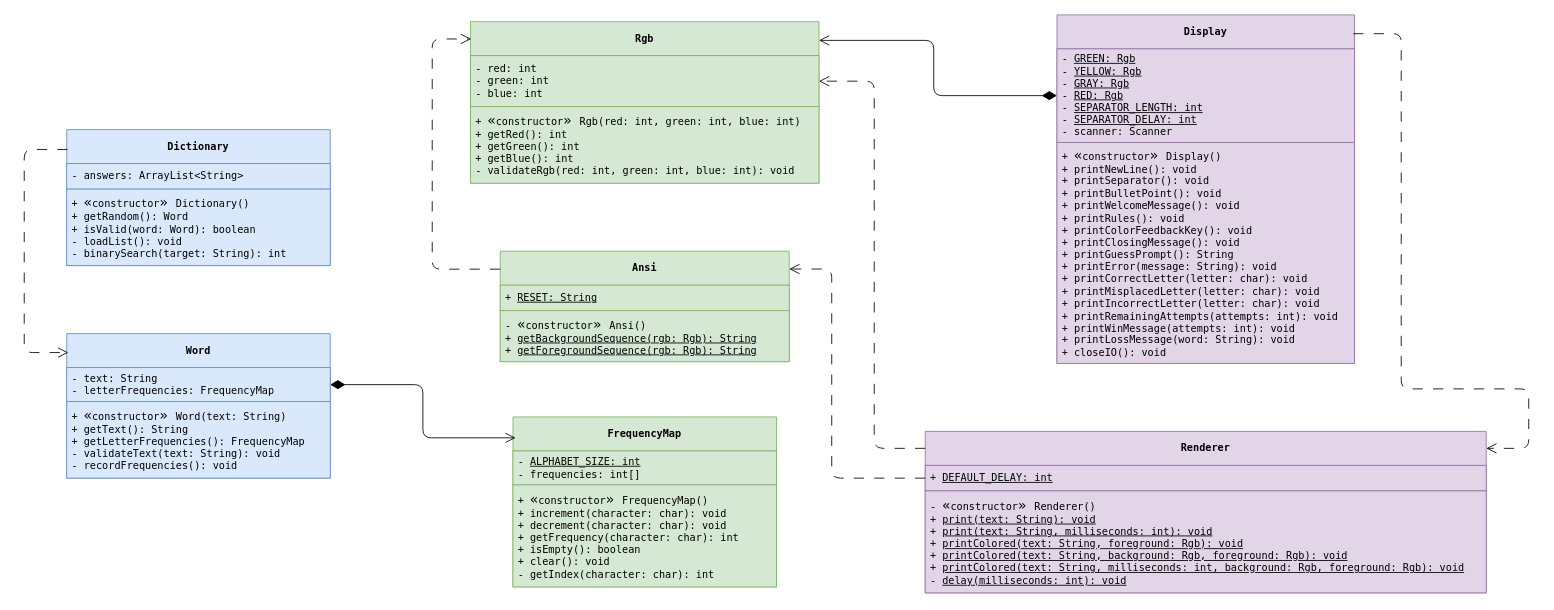
actuallyhollow/basic-wordle-java keeps this draw.io diagram as assets/class-diagram.drawio. Above is the earlier version. Source tidied: cells renumbered, new cells numbered last; positions are measured from the earlier drawing's top-left corner, leaving out a move shared by most shapes. Both pictures are drawn from the tidied source at 85%, with x=0, y=0 at pixel (24, 14).
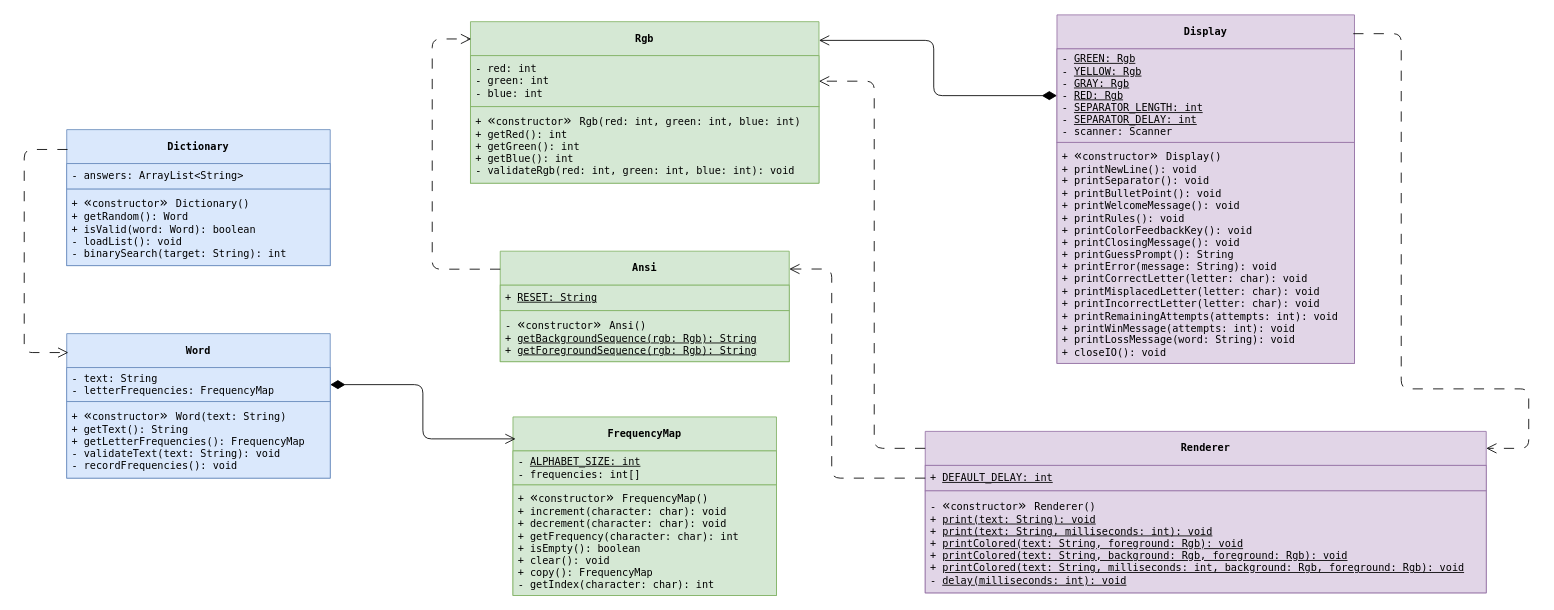
Above is the later version.

Commit message (it also covers changes not shown here):
docs(assets): update UML and README status

* update UML class diagram assets to reflect FrequencyMap's copy().
* revise README to reflect the preparation for Controller transition.

The edit, as a diff of the source:
```diff
@@
     <mxCell id="2" value="&lt;div&gt;&lt;span style=&quot;background-color: transparent;&quot;&gt;&lt;font style=&quot;&quot; face=&quot;Menlo, Monaco, 'Courier New', monospace&quot;&gt;FrequencyMap&lt;/font&gt;&lt;/span&gt;&lt;/div&gt;" style="swimlane;fontStyle=1;align=center;verticalAlign=middle;horizontal=1;startSize=40;whiteSpace=wrap;html=1;fillColor=#d5e8d4;strokeColor=#82b366;fontColor=light-dark(#000000,#FFFFFF);" parent="1" vertex="1">
-      <mxGeometry x="575" y="473" width="310" height="200" as="geometry" />
+      <mxGeometry x="575" y="473" width="310" height="210" as="geometry" />
     </mxCell>
@@
-    <mxCell id="4" value="&lt;div&gt;+&amp;nbsp;&lt;span style=&quot;background-color: transparent; scrollbar-color: rgb(75, 75, 75) rgb(27, 29, 30); font-size: medium; caret-color: rgb(0, 0, 0);&quot;&gt;«&lt;/span&gt;&lt;span style=&quot;background-color: transparent; scrollbar-color: rgb(75, 75, 75) rgb(27, 29, 30); text-align: center;&quot;&gt;constructor&lt;/span&gt;&lt;span style=&quot;background-color: transparent; scrollbar-color: rgb(75, 75, 75) rgb(27, 29, 30); font-size: medium; caret-color: rgb(0, 0, 0);&quot;&gt;&lt;font face=&quot;Menlo, Monaco, 'Courier New', monospace&quot;&gt;»&amp;nbsp;&lt;/font&gt;&lt;/span&gt;&lt;span style=&quot;background-color: transparent;&quot;&gt;FrequencyMap()&lt;/span&gt;&lt;/div&gt;&lt;div&gt;&lt;span style=&quot;background-color: transparent;&quot;&gt;+ increment(character: char): void&lt;/span&gt;&lt;/div&gt;&lt;div&gt;&lt;div style=&quot;scrollbar-color: rgb(75, 75, 75) rgb(27, 29, 30);&quot;&gt;&lt;span style=&quot;scrollbar-color: rgb(75, 75, 75) rgb(27, 29, 30); background-color: transparent;&quot;&gt;+ decrement(character: char): void&lt;/span&gt;&lt;/div&gt;&lt;div style=&quot;scrollbar-color: rgb(75, 75, 75) rgb(27, 29, 30);&quot;&gt;&lt;span style=&quot;scrollbar-color: rgb(75, 75, 75) rgb(27, 29, 30);&quot;&gt;&lt;/span&gt;&lt;/div&gt;&lt;/div&gt;&lt;div style=&quot;scrollbar-color: rgb(75, 75, 75) rgb(27, 29, 30);&quot;&gt;&lt;span style=&quot;scrollbar-color: rgb(75, 75, 75) rgb(27, 29, 30);&quot;&gt;&lt;div style=&quot;scrollbar-color: rgb(75, 75, 75) rgb(27, 29, 30);&quot;&gt;&lt;span style=&quot;background-color: transparent;&quot;&gt;+ getFrequency(&lt;/span&gt;&lt;span style=&quot;background-color: transparent;&quot;&gt;character: char&lt;/span&gt;&lt;span style=&quot;background-color: transparent;&quot;&gt;): int&lt;/span&gt;&lt;/div&gt;&lt;div style=&quot;scrollbar-color: rgb(75, 75, 75) rgb(27, 29, 30);&quot;&gt;&lt;span style=&quot;scrollbar-color: rgb(75, 75, 75) rgb(27, 29, 30);&quot;&gt;&lt;div style=&quot;scrollbar-color: rgb(75, 75, 75) rgb(27, 29, 30);&quot;&gt;&lt;/div&gt;&lt;/span&gt;&lt;/div&gt;&lt;div style=&quot;scrollbar-color: rgb(75, 75, 75) rgb(27, 29, 30);&quot;&gt;&lt;/div&gt;&lt;/span&gt;&lt;/div&gt;&lt;div&gt;&lt;span style=&quot;scrollbar-color: rgb(75, 75, 75) rgb(27, 29, 30);&quot;&gt;+ isEmpty(): boolean&lt;/span&gt;&lt;/div&gt;&lt;div&gt;&lt;span style=&quot;scrollbar-color: rgb(75, 75, 75) rgb(27, 29, 30);&quot;&gt;+ clear(): void&lt;/span&gt;&lt;/div&gt;&lt;div&gt;&lt;span style=&quot;scrollbar-color: rgb(75, 75, 75) rgb(27, 29, 30);&quot;&gt;- getIndex(&lt;/span&gt;&lt;span style=&quot;background-color: transparent;&quot;&gt;character: char): int&lt;/span&gt;&lt;/div&gt;" style="text;align=left;verticalAlign=middle;spacingLeft=4;spacingRight=4;overflow=hidden;whiteSpace=wrap;html=1;fontFamily=Menlo, Monaco, 'Courier New', monospace;fillColor=#d5e8d4;strokeColor=#82b366;" parent="2" vertex="1">
-      <mxGeometry y="80" width="310" height="120" as="geometry" />
+    <mxCell id="4" value="&lt;div&gt;+&amp;nbsp;&lt;span style=&quot;background-color: transparent; scrollbar-color: rgb(75, 75, 75) rgb(27, 29, 30); font-size: medium; caret-color: rgb(0, 0, 0);&quot;&gt;«&lt;/span&gt;&lt;span style=&quot;background-color: transparent; scrollbar-color: rgb(75, 75, 75) rgb(27, 29, 30); text-align: center;&quot;&gt;constructor&lt;/span&gt;&lt;span style=&quot;background-color: transparent; scrollbar-color: rgb(75, 75, 75) rgb(27, 29, 30); font-size: medium; caret-color: rgb(0, 0, 0);&quot;&gt;&lt;font face=&quot;Menlo, Monaco, 'Courier New', monospace&quot;&gt;»&amp;nbsp;&lt;/font&gt;&lt;/span&gt;&lt;span style=&quot;background-color: transparent;&quot;&gt;FrequencyMap()&lt;/span&gt;&lt;/div&gt;&lt;div&gt;&lt;span style=&quot;background-color: transparent;&quot;&gt;+ increment(character: char): void&lt;/span&gt;&lt;/div&gt;&lt;div&gt;&lt;div style=&quot;scrollbar-color: rgb(75, 75, 75) rgb(27, 29, 30);&quot;&gt;&lt;span style=&quot;scrollbar-color: rgb(75, 75, 75) rgb(27, 29, 30); background-color: transparent;&quot;&gt;+ decrement(character: char): void&lt;/span&gt;&lt;/div&gt;&lt;div style=&quot;scrollbar-color: rgb(75, 75, 75) rgb(27, 29, 30);&quot;&gt;&lt;span style=&quot;scrollbar-color: rgb(75, 75, 75) rgb(27, 29, 30);&quot;&gt;&lt;/span&gt;&lt;/div&gt;&lt;/div&gt;&lt;div style=&quot;scrollbar-color: rgb(75, 75, 75) rgb(27, 29, 30);&quot;&gt;&lt;span style=&quot;scrollbar-color: rgb(75, 75, 75) rgb(27, 29, 30);&quot;&gt;&lt;div style=&quot;scrollbar-color: rgb(75, 75, 75) rgb(27, 29, 30);&quot;&gt;&lt;span style=&quot;background-color: transparent;&quot;&gt;+ getFrequency(&lt;/span&gt;&lt;span style=&quot;background-color: transparent;&quot;&gt;character: char&lt;/span&gt;&lt;span style=&quot;background-color: transparent;&quot;&gt;): int&lt;/span&gt;&lt;/div&gt;&lt;div style=&quot;scrollbar-color: rgb(75, 75, 75) rgb(27, 29, 30);&quot;&gt;&lt;span style=&quot;scrollbar-color: rgb(75, 75, 75) rgb(27, 29, 30);&quot;&gt;&lt;div style=&quot;scrollbar-color: rgb(75, 75, 75) rgb(27, 29, 30);&quot;&gt;&lt;/div&gt;&lt;/span&gt;&lt;/div&gt;&lt;div style=&quot;scrollbar-color: rgb(75, 75, 75) rgb(27, 29, 30);&quot;&gt;&lt;/div&gt;&lt;/span&gt;&lt;/div&gt;&lt;div&gt;&lt;span style=&quot;scrollbar-color: rgb(75, 75, 75) rgb(27, 29, 30);&quot;&gt;+ isEmpty(): boolean&lt;/span&gt;&lt;/div&gt;&lt;div&gt;&lt;span style=&quot;scrollbar-color: rgb(75, 75, 75) rgb(27, 29, 30);&quot;&gt;+ clear(): void&lt;/span&gt;&lt;/div&gt;&lt;div&gt;&lt;span style=&quot;scrollbar-color: rgb(75, 75, 75) rgb(27, 29, 30);&quot;&gt;+ copy(): FrequencyMap&lt;/span&gt;&lt;/div&gt;&lt;div&gt;&lt;span style=&quot;scrollbar-color: rgb(75, 75, 75) rgb(27, 29, 30);&quot;&gt;- getIndex(&lt;/span&gt;&lt;span style=&quot;background-color: transparent;&quot;&gt;character: char): int&lt;/span&gt;&lt;/div&gt;" style="text;align=left;verticalAlign=middle;spacingLeft=4;spacingRight=4;overflow=hidden;whiteSpace=wrap;html=1;fontFamily=Menlo, Monaco, 'Courier New', monospace;fillColor=#d5e8d4;strokeColor=#82b366;" parent="2" vertex="1">
+      <mxGeometry y="80" width="310" height="130" as="geometry" />
     </mxCell>
```
